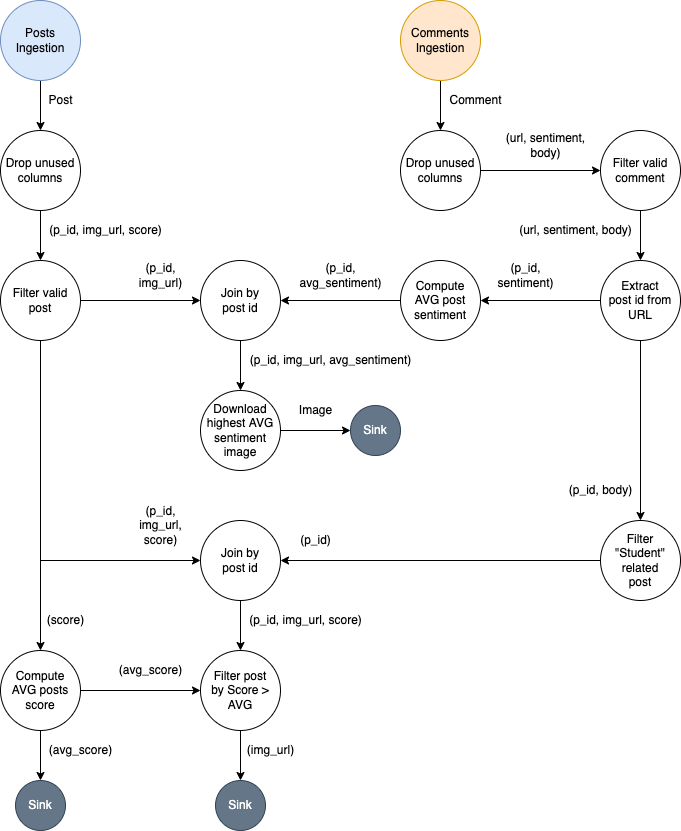
Earlier version of the draw.io export TP2/docs/diagrams/DAG.png (mauro7x/distribuidos). Source tidied: cells renumbered, new cells last; positions are measured from the earlier drawing's top-left corner, leaving out a move shared by most shapes.
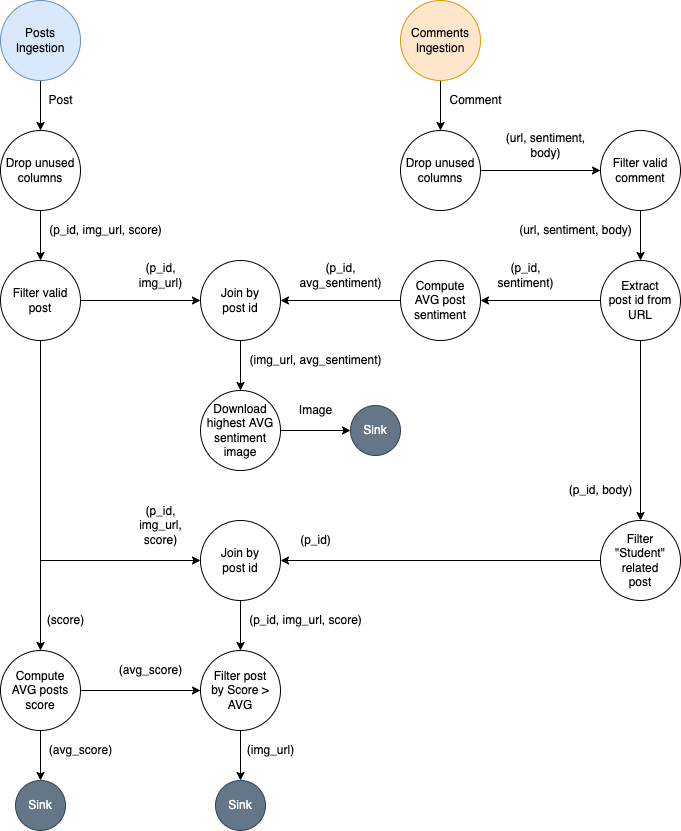
The same file after the commit.

What changed in the source:
```diff
@@ -96,8 +96,8 @@
     <mxCell id="31" value="Download&lt;br&gt;highest AVG sentiment image" style="ellipse;whiteSpace=wrap;html=1;" parent="1" vertex="1">
       <mxGeometry x="200" y="390" width="80" height="80" as="geometry" />
     </mxCell>
-    <mxCell id="32" value="(p_id, img_url, avg_sentiment)" style="text;html=1;align=center;verticalAlign=middle;strokeColor=none;fillColor=none;" parent="1" vertex="1">
-      <mxGeometry x="240" y="350" width="180" height="20" as="geometry" />
+    <mxCell id="32" value="(img_url, avg_sentiment)" style="text;html=1;align=center;verticalAlign=middle;strokeColor=none;fillColor=none;" parent="1" vertex="1">
+      <mxGeometry x="240" y="350" width="150" height="20" as="geometry" />
     </mxCell>
     <mxCell id="33" value="Sink" style="ellipse;whiteSpace=wrap;html=1;fillColor=#647687;fontColor=#ffffff;strokeColor=#314354;" parent="1" vertex="1">
       <mxGeometry x="350" y="405" width="50" height="50" as="geometry" />
```
